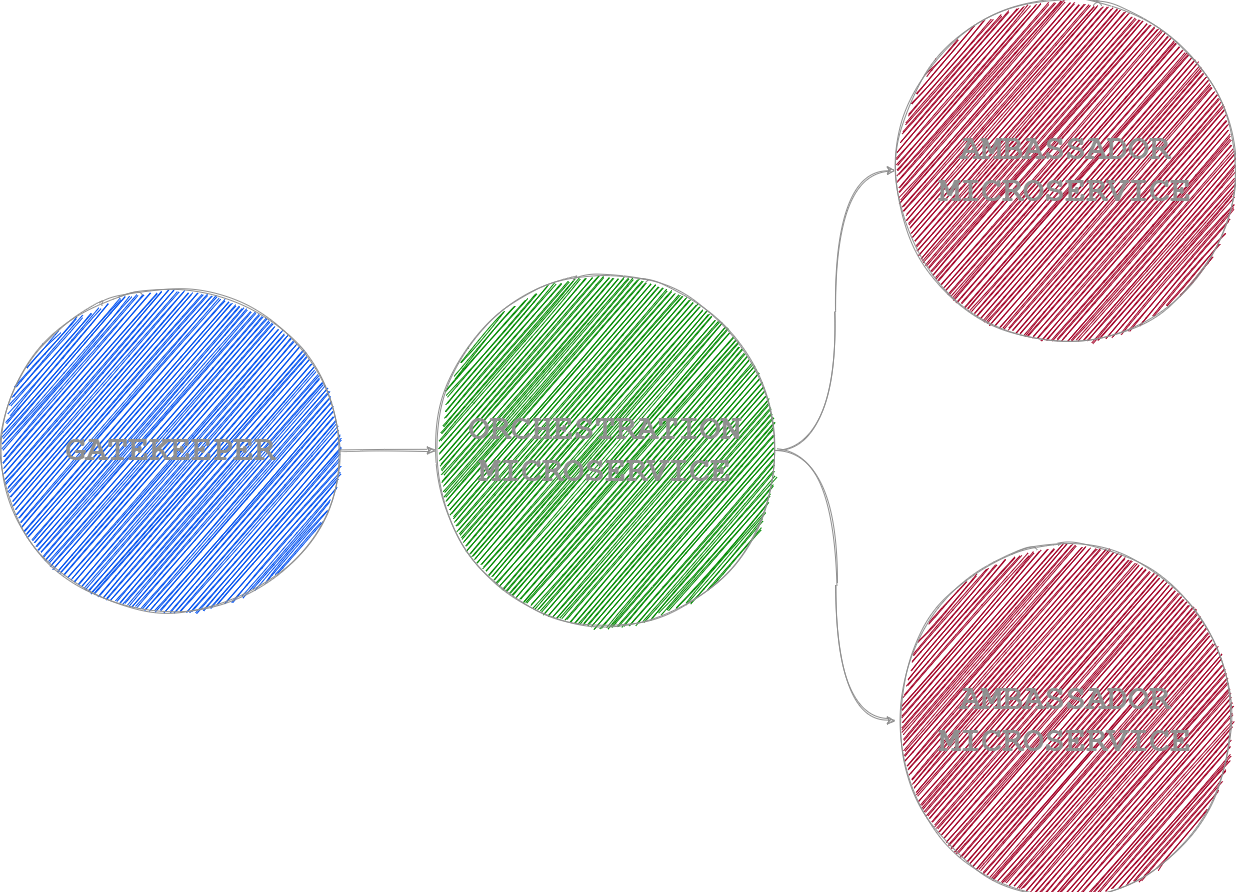
This is 0. Introduction/Resources/The Theory/The Theory-0.0.5 3.png from hassanhabib/The-Standard-Turkish, a draw.io export, as it was before one commit. Source tidied: cells renumbered, new cells last; positions are measured from the earlier drawing's top-left corner, leaving out a move shared by most shapes. Source of this version:
```xml
<mxGraphModel>
  <root>
    <mxCell id="0" />
    <mxCell id="1" parent="0" />
    <mxCell id="2" value="AMBASSADOR MICROSERVICE" style="ellipse;whiteSpace=wrap;html=1;rounded=1;sketch=1;fillColor=#a20025;strokeColor=#8F8F8F;fontFamily=Courier New;fontStyle=1;fontSize=35;fontColor=#8F8F8F;" parent="1" vertex="1">
      <mxGeometry x="895" width="340" height="340" as="geometry" />
    </mxCell>
    <mxCell id="3" style="edgeStyle=orthogonalEdgeStyle;curved=1;rounded=1;sketch=1;jettySize=auto;html=1;entryX=0;entryY=0.5;entryDx=0;entryDy=0;strokeColor=#8F8F8F;fontFamily=Courier New;fontStyle=1;fontColor=#8F8F8F;" parent="1" edge="1" source="5" target="2">
      <mxGeometry relative="1" as="geometry" />
    </mxCell>
    <mxCell id="4" style="edgeStyle=orthogonalEdgeStyle;curved=1;rounded=1;sketch=1;jettySize=auto;html=1;fontFamily=Courier New;fontSize=20;fontColor=#8F8F8F;strokeColor=#8F8F8F;" parent="1" edge="1" source="5" target="8">
      <mxGeometry relative="1" as="geometry" />
    </mxCell>
    <mxCell id="5" value="&lt;font style=&quot;font-size: 35px&quot;&gt;ORCHESTRATION MICROSERVICE&lt;br&gt;&lt;/font&gt;" style="ellipse;whiteSpace=wrap;html=1;rounded=1;sketch=1;fillColor=#008a00;strokeColor=#8F8F8F;fontFamily=Courier New;fontStyle=1;fontSize=25;fontColor=#8F8F8F;" parent="1" vertex="1">
      <mxGeometry x="435" y="280" width="340" height="340" as="geometry" />
    </mxCell>
    <mxCell id="6" style="edgeStyle=orthogonalEdgeStyle;curved=1;rounded=1;sketch=1;jettySize=auto;html=1;strokeColor=#8F8F8F;fontFamily=Courier New;fontStyle=1;fontColor=#8F8F8F;" parent="1" edge="1" source="7" target="5">
      <mxGeometry relative="1" as="geometry" />
    </mxCell>
    <mxCell id="7" value="&lt;font style=&quot;font-size: 35px&quot;&gt;GATEKEEPER&lt;br&gt;&lt;/font&gt;" style="ellipse;whiteSpace=wrap;html=1;rounded=1;sketch=1;fillColor=#0050ef;strokeColor=#8F8F8F;fontFamily=Courier New;fontStyle=1;fontColor=#8F8F8F;" parent="1" vertex="1">
      <mxGeometry y="280" width="340" height="340" as="geometry" />
    </mxCell>
    <mxCell id="8" value="AMBASSADOR MICROSERVICE" style="ellipse;whiteSpace=wrap;html=1;rounded=1;sketch=1;fillColor=#a20025;strokeColor=#8F8F8F;fontFamily=Courier New;fontStyle=1;fontSize=35;fontColor=#8F8F8F;" parent="1" vertex="1">
      <mxGeometry x="895" y="550" width="340" height="340" as="geometry" />
    </mxCell>
  </root>
</mxGraphModel>
```
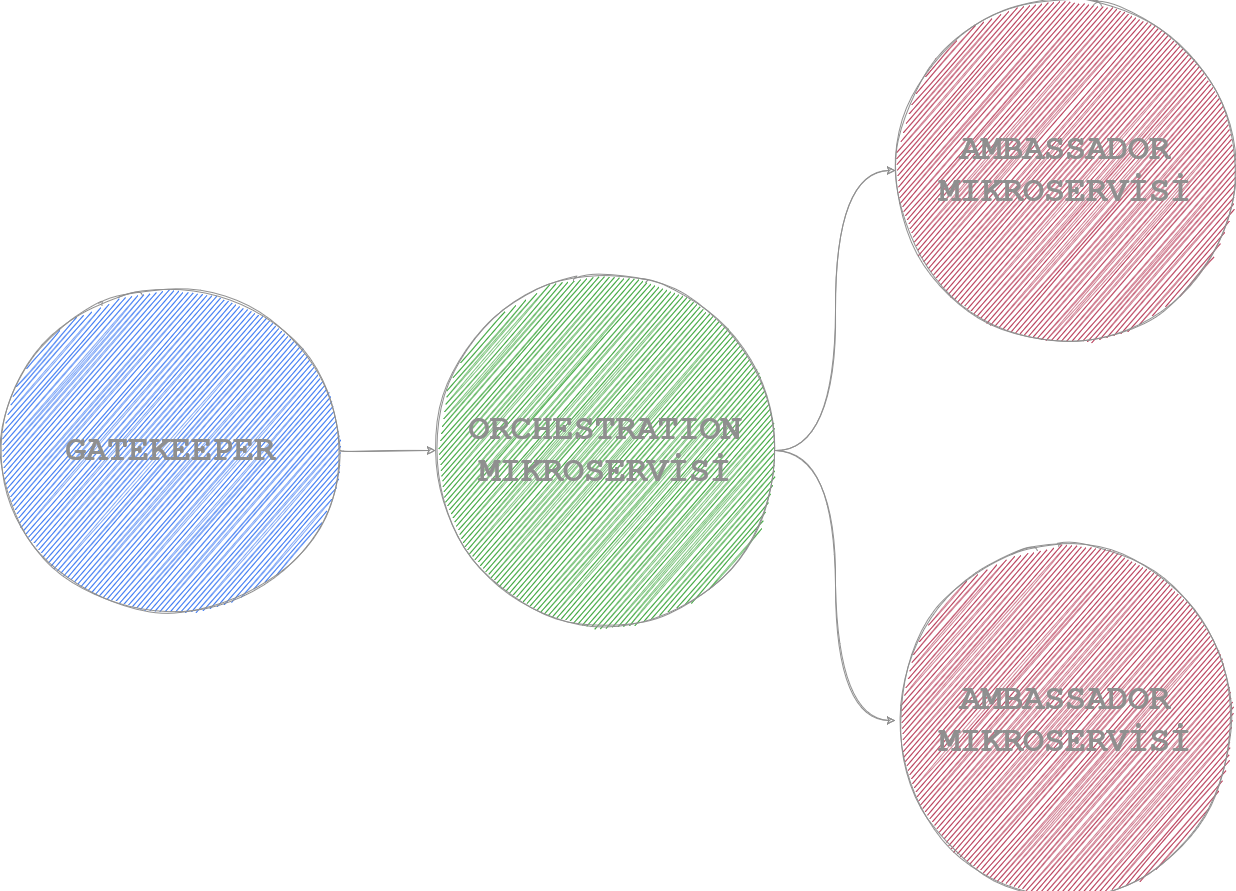
After the change.

Diff of the diagram source:
```diff
@@ -2,7 +2,7 @@
   <root>
     <mxCell id="0" />
     <mxCell id="1" parent="0" />
-    <mxCell id="2" value="AMBASSADOR MICROSERVICE" style="ellipse;whiteSpace=wrap;html=1;rounded=1;sketch=1;fillColor=#a20025;strokeColor=#8F8F8F;fontFamily=Courier New;fontStyle=1;fontSize=35;fontColor=#8F8F8F;" parent="1" vertex="1">
+    <mxCell id="2" value="AMBASSADOR &lt;font style=&quot;font-size: 35px&quot;&gt;MIKROSERVİSİ&lt;/font&gt;" style="ellipse;whiteSpace=wrap;html=1;rounded=1;sketch=1;fillColor=#a20025;strokeColor=#8F8F8F;fontFamily=Courier New;fontStyle=1;fontSize=35;fontColor=#8F8F8F;" parent="1" vertex="1">
       <mxGeometry x="895" width="340" height="340" as="geometry" />
     </mxCell>
     <mxCell id="3" style="edgeStyle=orthogonalEdgeStyle;curved=1;rounded=1;sketch=1;jettySize=auto;html=1;entryX=0;entryY=0.5;entryDx=0;entryDy=0;strokeColor=#8F8F8F;fontFamily=Courier New;fontStyle=1;fontColor=#8F8F8F;" parent="1" edge="1" source="5" target="2">
@@ -11,7 +11,7 @@
     <mxCell id="4" style="edgeStyle=orthogonalEdgeStyle;curved=1;rounded=1;sketch=1;jettySize=auto;html=1;fontFamily=Courier New;fontSize=20;fontColor=#8F8F8F;strokeColor=#8F8F8F;" parent="1" edge="1" source="5" target="8">
       <mxGeometry relative="1" as="geometry" />
     </mxCell>
-    <mxCell id="5" value="&lt;font style=&quot;font-size: 35px&quot;&gt;ORCHESTRATION MICROSERVICE&lt;br&gt;&lt;/font&gt;" style="ellipse;whiteSpace=wrap;html=1;rounded=1;sketch=1;fillColor=#008a00;strokeColor=#8F8F8F;fontFamily=Courier New;fontStyle=1;fontSize=25;fontColor=#8F8F8F;" parent="1" vertex="1">
+    <mxCell id="5" value="&lt;font style=&quot;font-size: 35px&quot;&gt;ORCHESTRATION MIKROSERVİSİ&lt;br&gt;&lt;/font&gt;" style="ellipse;whiteSpace=wrap;html=1;rounded=1;sketch=1;fillColor=#008a00;strokeColor=#8F8F8F;fontFamily=Courier New;fontStyle=1;fontSize=25;fontColor=#8F8F8F;" parent="1" vertex="1">
       <mxGeometry x="435" y="280" width="340" height="340" as="geometry" />
     </mxCell>
     <mxCell id="6" style="edgeStyle=orthogonalEdgeStyle;curved=1;rounded=1;sketch=1;jettySize=auto;html=1;strokeColor=#8F8F8F;fontFamily=Courier New;fontStyle=1;fontColor=#8F8F8F;" parent="1" edge="1" source="7" target="5">
@@ -20,7 +20,7 @@
     <mxCell id="7" value="&lt;font style=&quot;font-size: 35px&quot;&gt;GATEKEEPER&lt;br&gt;&lt;/font&gt;" style="ellipse;whiteSpace=wrap;html=1;rounded=1;sketch=1;fillColor=#0050ef;strokeColor=#8F8F8F;fontFamily=Courier New;fontStyle=1;fontColor=#8F8F8F;" parent="1" vertex="1">
       <mxGeometry y="280" width="340" height="340" as="geometry" />
     </mxCell>
-    <mxCell id="8" value="AMBASSADOR MICROSERVICE" style="ellipse;whiteSpace=wrap;html=1;rounded=1;sketch=1;fillColor=#a20025;strokeColor=#8F8F8F;fontFamily=Courier New;fontStyle=1;fontSize=35;fontColor=#8F8F8F;" parent="1" vertex="1">
+    <mxCell id="8" value="AMBASSADOR &lt;font style=&quot;font-size: 35px&quot;&gt;MIKROSERVİSİ&lt;/font&gt;" style="ellipse;whiteSpace=wrap;html=1;rounded=1;sketch=1;fillColor=#a20025;strokeColor=#8F8F8F;fontFamily=Courier New;fontStyle=1;fontSize=35;fontColor=#8F8F8F;" parent="1" vertex="1">
       <mxGeometry x="895" y="550" width="340" height="340" as="geometry" />
     </mxCell>
   </root>
```
